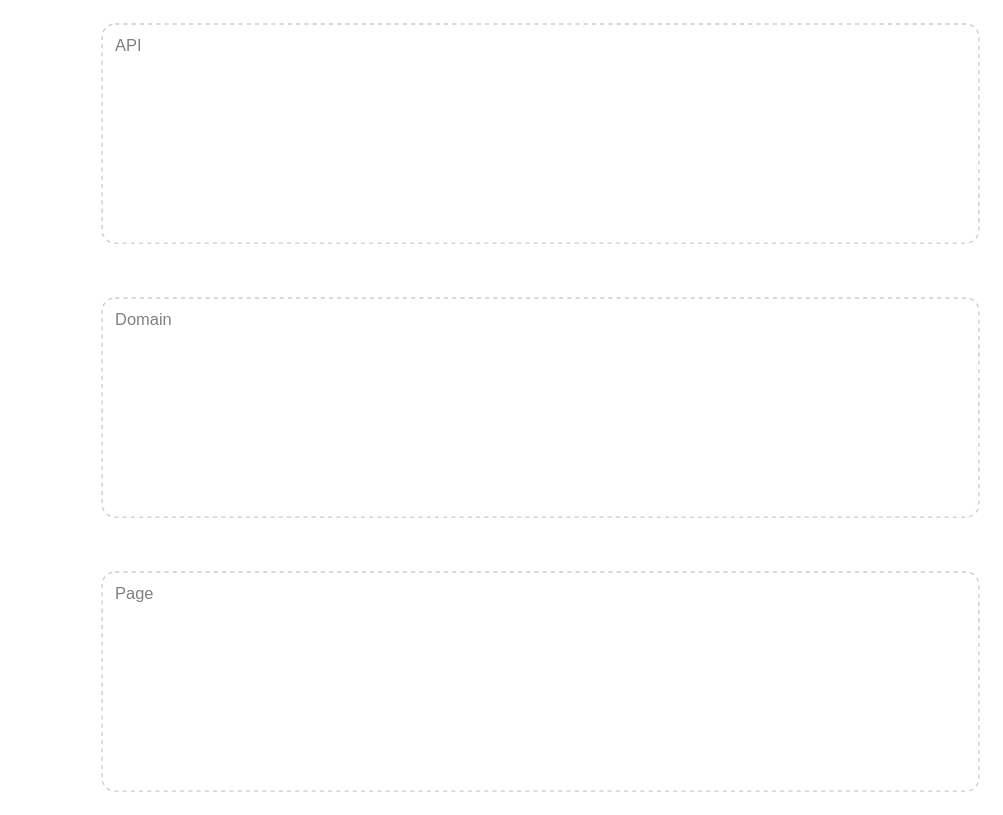
This is domain-filters.drawio from ajile/draw-io, a draw.io file, before an edit. Source tidied: cells renumbered, new cells numbered last; positions are measured from the earlier drawing's top-left corner, leaving out a move shared by most shapes. Both pictures are drawn from the tidied source at 137%, with x=0, y=0 at pixel (101, 23).
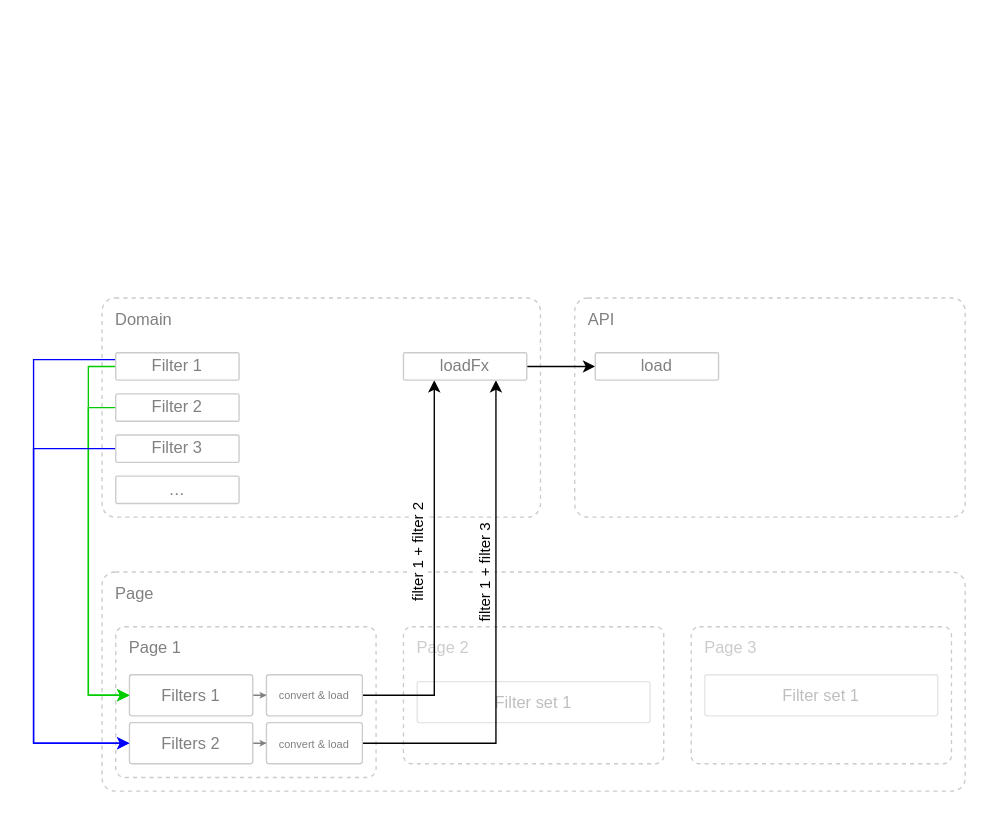
The same page after the edit.

Change to the diagram source:
```diff
@@
     <mxCell id="2" value="Page" style="rounded=1;whiteSpace=wrap;html=1;align=left;verticalAlign=top;spacingLeft=8;fontColor=#808080;strokeColor=#CCCCCC;dashed=1;spacingTop=2;arcSize=6;fontStyle=0;" parent="1" vertex="1">
-      <mxGeometry y="400" width="640" height="160" as="geometry" />
+      <mxGeometry y="400" width="630" height="160" as="geometry" />
     </mxCell>
     <mxCell id="3" value="Domain" style="rounded=1;whiteSpace=wrap;html=1;align=left;verticalAlign=top;spacingLeft=8;fontColor=#808080;strokeColor=#CCCCCC;dashed=1;spacingTop=2;arcSize=6;" parent="1" vertex="1">
-      <mxGeometry y="200" width="640" height="160" as="geometry" />
+      <mxGeometry y="200" width="320" height="160" as="geometry" />
     </mxCell>
     <mxCell id="4" value="API" style="rounded=1;whiteSpace=wrap;html=1;align=left;verticalAlign=top;spacingLeft=8;fontColor=#808080;strokeColor=#CCCCCC;dashed=1;spacingTop=2;arcSize=6;" parent="1" vertex="1">
-      <mxGeometry width="640" height="160" as="geometry" />
+      <mxGeometry x="345" y="200" width="285" height="160" as="geometry" />
     </mxCell>
+    <mxCell id="5" value="Page 1" style="rounded=1;whiteSpace=wrap;html=1;align=left;verticalAlign=top;spacingLeft=8;fontColor=#808080;strokeColor=#CCCCCC;dashed=1;spacingTop=2;arcSize=6;fontStyle=0;" parent="1" vertex="1">
+      <mxGeometry x="10" y="440" width="190" height="110" as="geometry" />
+    </mxCell>
+    <mxCell id="6" value="Page 2" style="rounded=1;whiteSpace=wrap;html=1;align=left;verticalAlign=top;spacingLeft=8;fontColor=#CCCCCC;strokeColor=#CCCCCC;dashed=1;spacingTop=2;arcSize=6;fontStyle=0;" parent="1" vertex="1">
+      <mxGeometry x="220" y="440" width="190" height="100" as="geometry" />
+    </mxCell>
+    <mxCell id="7" value="Page 3" style="rounded=1;whiteSpace=wrap;html=1;align=left;verticalAlign=top;spacingLeft=8;fontColor=#CCCCCC;strokeColor=#CCCCCC;dashed=1;spacingTop=2;arcSize=6;fontStyle=0;" parent="1" vertex="1">
+      <mxGeometry x="430" y="440" width="190" height="100" as="geometry" />
+    </mxCell>
+    <mxCell id="8" style="edgeStyle=orthogonalEdgeStyle;rounded=0;jettySize=auto;html=1;endSize=2;strokeColor=#808080;" parent="1" edge="1" source="9" target="19">
+      <mxGeometry relative="1" as="geometry" />
+    </mxCell>
+    <mxCell id="9" value="Filters 1" style="rounded=1;whiteSpace=wrap;html=1;align=center;verticalAlign=middle;spacingLeft=0;fontColor=#808080;strokeColor=#CCCCCC;spacingTop=2;arcSize=6;fontStyle=0;" parent="1" vertex="1">
+      <mxGeometry x="20" y="475" width="90" height="30" as="geometry" />
+    </mxCell>
+    <mxCell id="10" style="edgeStyle=orthogonalEdgeStyle;rounded=0;jettySize=auto;html=1;endSize=2;strokeColor=#808080;" parent="1" edge="1" source="11" target="16">
+      <mxGeometry relative="1" as="geometry" />
+    </mxCell>
+    <mxCell id="11" value="Filters&amp;nbsp;2" style="rounded=1;whiteSpace=wrap;html=1;align=center;verticalAlign=middle;spacingLeft=0;fontColor=#808080;strokeColor=#CCCCCC;spacingTop=2;arcSize=6;fontStyle=0;" parent="1" vertex="1">
+      <mxGeometry x="20" y="510" width="90" height="30" as="geometry" />
+    </mxCell>
+    <mxCell id="12" value="Filter set 1" style="rounded=1;whiteSpace=wrap;html=1;align=center;verticalAlign=middle;spacingLeft=0;fontColor=#808080;strokeColor=#CCCCCC;spacingTop=2;arcSize=6;fontStyle=0;opacity=50;textOpacity=50;" parent="1" vertex="1">
+      <mxGeometry x="230" y="480" width="170" height="30" as="geometry" />
+    </mxCell>
+    <mxCell id="13" value="Filter set 1" style="rounded=1;whiteSpace=wrap;html=1;align=center;verticalAlign=middle;spacingLeft=0;fontColor=#808080;strokeColor=#CCCCCC;spacingTop=2;arcSize=6;fontStyle=0;opacity=50;textOpacity=50;" parent="1" vertex="1">
+      <mxGeometry x="440" y="475" width="170" height="30" as="geometry" />
+    </mxCell>
+    <mxCell id="14" style="edgeStyle=orthogonalEdgeStyle;rounded=0;jettySize=auto;html=1;entryX=0.75;entryY=1;entryDx=0;entryDy=0;" parent="1" edge="1" source="16" target="29">
+      <mxGeometry relative="1" as="geometry" />
+    </mxCell>
+    <mxCell id="15" value="filter 1 + filter 3" style="edgeLabel;html=1;align=center;verticalAlign=middle;horizontal=0;" parent="14" vertex="1">
+      <mxGeometry x="0.2" relative="1" as="geometry">
+        <mxPoint x="-8" y="-3" as="offset" />
+      </mxGeometry>
+    </mxCell>
+    <mxCell id="16" value="&lt;span style=&quot;font-size: 8px;&quot;&gt;convert &amp;amp; load&lt;/span&gt;" style="rounded=1;whiteSpace=wrap;html=1;align=center;verticalAlign=middle;spacingLeft=0;fontColor=#808080;strokeColor=#CCCCCC;spacingTop=0;arcSize=6;fontStyle=0;" parent="1" vertex="1">
+      <mxGeometry x="120" y="510" width="70" height="30" as="geometry" />
+    </mxCell>
+    <mxCell id="17" style="edgeStyle=orthogonalEdgeStyle;rounded=0;jettySize=auto;html=1;entryX=0.25;entryY=1;entryDx=0;entryDy=0;" parent="1" edge="1" source="19" target="29">
+      <mxGeometry relative="1" as="geometry" />
+    </mxCell>
+    <mxCell id="18" value="filter 1 + filter 2" style="edgeLabel;html=1;align=center;verticalAlign=middle;horizontal=0;" parent="17" vertex="1">
+      <mxGeometry x="0.05" y="-1" relative="1" as="geometry">
+        <mxPoint x="-13" y="-8" as="offset" />
+      </mxGeometry>
+    </mxCell>
+    <mxCell id="19" value="&lt;font&gt;convert &amp;amp; load&lt;/font&gt;" style="rounded=1;whiteSpace=wrap;html=1;align=center;verticalAlign=middle;spacingLeft=0;fontColor=#808080;strokeColor=#CCCCCC;spacingTop=0;arcSize=6;fontStyle=0;fontSize=8;" parent="1" vertex="1">
+      <mxGeometry x="120" y="475" width="70" height="30" as="geometry" />
+    </mxCell>
+    <mxCell id="20" style="edgeStyle=orthogonalEdgeStyle;rounded=0;jettySize=auto;html=1;entryX=0;entryY=0.5;entryDx=0;entryDy=0;exitX=0;exitY=0.5;exitDx=0;exitDy=0;strokeColor=#00CC00;" parent="1" edge="1" source="22" target="9">
+      <mxGeometry relative="1" as="geometry">
+        <Array as="points">
+          <mxPoint x="-10" y="250" />
+          <mxPoint x="-10" y="490" />
+        </Array>
+      </mxGeometry>
+    </mxCell>
+    <mxCell id="21" style="edgeStyle=orthogonalEdgeStyle;rounded=0;jettySize=auto;html=1;entryX=0;entryY=0.5;entryDx=0;entryDy=0;strokeColor=#0000FF;exitX=0;exitY=0.25;exitDx=0;exitDy=0;" parent="1" edge="1" source="22" target="11">
+      <mxGeometry relative="1" as="geometry">
+        <Array as="points">
+          <mxPoint x="-50" y="245" />
+          <mxPoint x="-50" y="525" />
+        </Array>
+      </mxGeometry>
+    </mxCell>
+    <mxCell id="22" value="Filter 1" style="rounded=1;whiteSpace=wrap;html=1;align=center;verticalAlign=middle;spacingLeft=0;fontColor=#808080;strokeColor=#CCCCCC;spacingTop=0;arcSize=6;fontStyle=0;" parent="1" vertex="1">
+      <mxGeometry x="10" y="240" width="90" height="20" as="geometry" />
+    </mxCell>
+    <mxCell id="23" style="edgeStyle=orthogonalEdgeStyle;rounded=0;jettySize=auto;html=1;entryX=0;entryY=0.5;entryDx=0;entryDy=0;exitX=0;exitY=0.5;exitDx=0;exitDy=0;strokeColor=#00CC00;" parent="1" edge="1" source="24" target="9">
+      <mxGeometry relative="1" as="geometry">
+        <Array as="points">
+          <mxPoint x="-10" y="280" />
+          <mxPoint x="-10" y="490" />
+        </Array>
+      </mxGeometry>
+    </mxCell>
+    <mxCell id="24" value="Filter 2" style="rounded=1;whiteSpace=wrap;html=1;align=center;verticalAlign=middle;spacingLeft=0;fontColor=#808080;strokeColor=#CCCCCC;spacingTop=0;arcSize=6;fontStyle=0;" parent="1" vertex="1">
+      <mxGeometry x="10" y="270" width="90" height="20" as="geometry" />
+    </mxCell>
+    <mxCell id="25" style="edgeStyle=orthogonalEdgeStyle;rounded=0;jettySize=auto;html=1;entryX=0;entryY=0.5;entryDx=0;entryDy=0;exitX=0;exitY=0.5;exitDx=0;exitDy=0;strokeColor=#0000FF;" parent="1" edge="1" source="26" target="11">
+      <mxGeometry relative="1" as="geometry">
+        <Array as="points">
+          <mxPoint x="-50" y="310" />
+          <mxPoint x="-50" y="525" />
+        </Array>
+      </mxGeometry>
+    </mxCell>
+    <mxCell id="26" value="Filter 3" style="rounded=1;whiteSpace=wrap;html=1;align=center;verticalAlign=middle;spacingLeft=0;fontColor=#808080;strokeColor=#CCCCCC;spacingTop=0;arcSize=6;fontStyle=0;" parent="1" vertex="1">
+      <mxGeometry x="10" y="300" width="90" height="20" as="geometry" />
+    </mxCell>
+    <mxCell id="27" value="…" style="rounded=1;whiteSpace=wrap;html=1;align=center;verticalAlign=middle;spacingLeft=0;fontColor=#808080;strokeColor=#CCCCCC;spacingTop=0;arcSize=6;fontStyle=0;" parent="1" vertex="1">
+      <mxGeometry x="10" y="330" width="90" height="20" as="geometry" />
+    </mxCell>
+    <mxCell id="28" style="edgeStyle=orthogonalEdgeStyle;rounded=0;jettySize=auto;html=1;" parent="1" edge="1" source="29" target="30">
+      <mxGeometry relative="1" as="geometry" />
+    </mxCell>
+    <mxCell id="29" value="loadFx" style="rounded=1;whiteSpace=wrap;html=1;align=center;verticalAlign=middle;spacingLeft=0;fontColor=#808080;strokeColor=#CCCCCC;spacingTop=0;arcSize=6;fontStyle=0;" parent="1" vertex="1">
+      <mxGeometry x="220" y="240" width="90" height="20" as="geometry" />
+    </mxCell>
+    <mxCell id="30" value="load" style="rounded=1;whiteSpace=wrap;html=1;align=center;verticalAlign=middle;spacingLeft=0;fontColor=#808080;strokeColor=#CCCCCC;spacingTop=0;arcSize=6;fontStyle=0;" parent="1" vertex="1">
+      <mxGeometry x="360" y="240" width="90" height="20" as="geometry" />
+    </mxCell>
```
